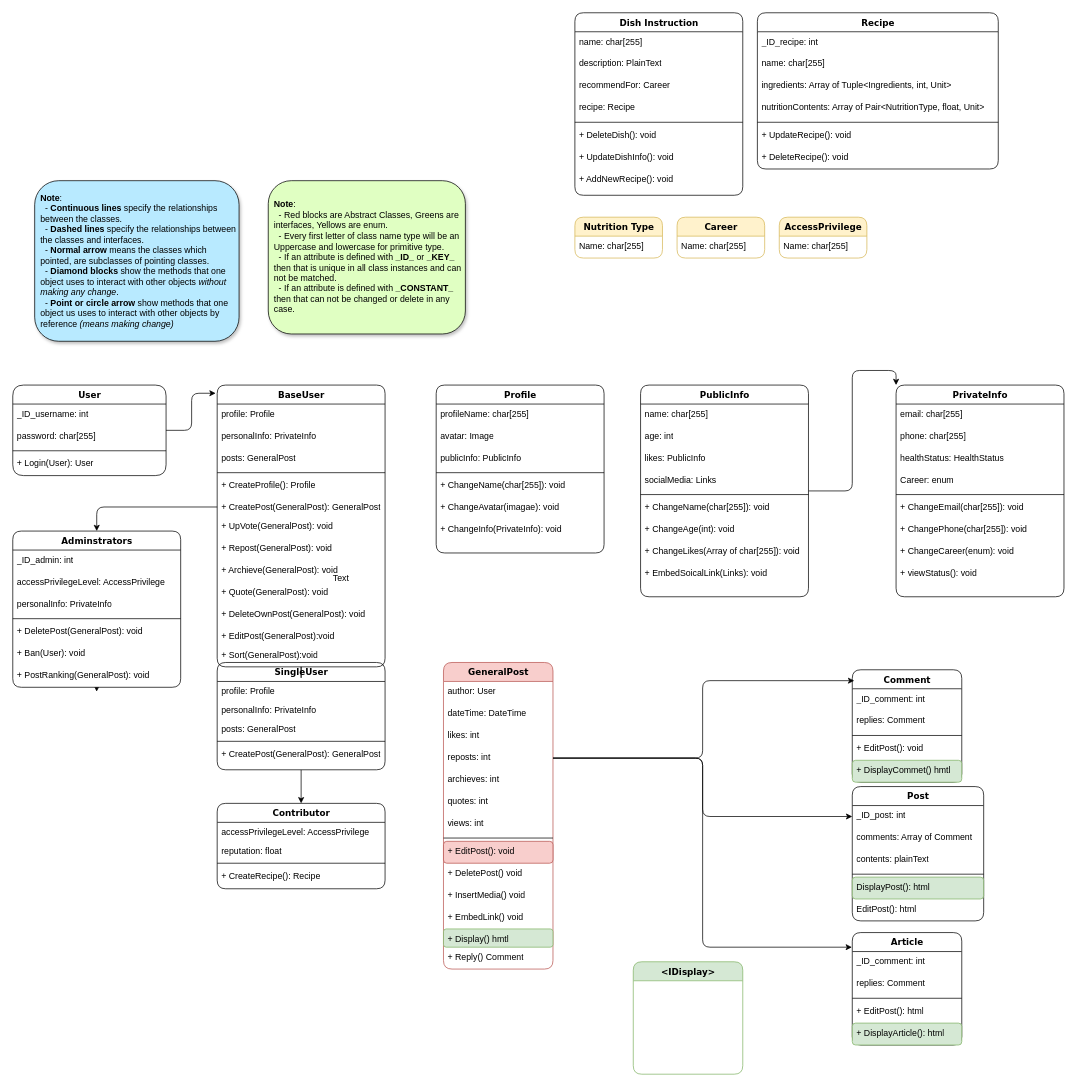
Earlier version of the draw.io diagram Class_Diagram.drawio (KyoTranKMA/DRP-Website). Source tidied: cells renumbered, new cells numbered last; positions are measured from the earlier drawing's top-left corner, leaving out a move shared by most shapes. Both pictures are drawn from the tidied source at 73%, with x=0, y=0 at pixel (12, 12).
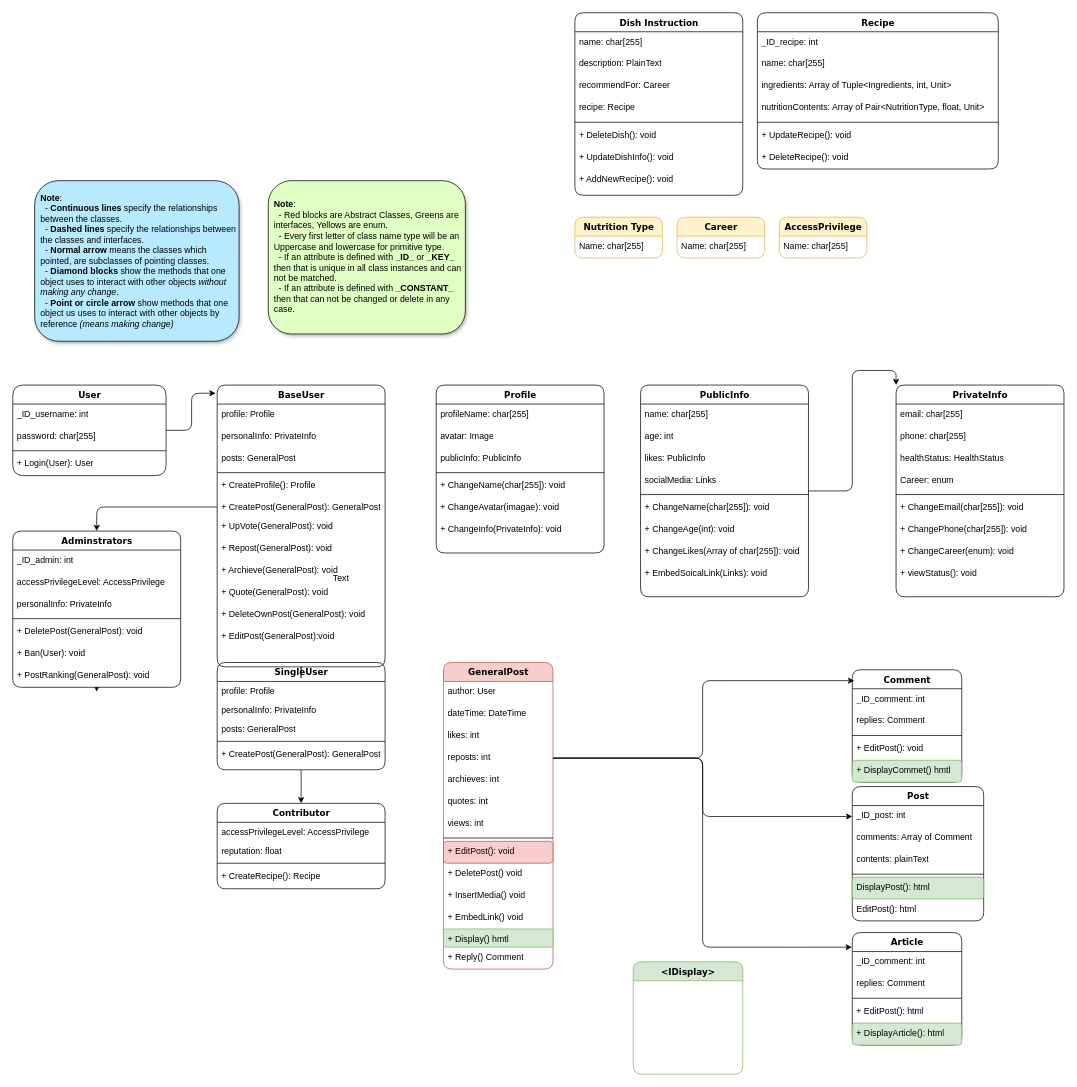
After the change.

Unchanged cells that the change refers to:
```xml
<mxCell id="8" value="BaseUser" style="swimlane;html=1;fontStyle=1;align=center;verticalAlign=top;horizontal=1;startSize=26;swimlaneFillColor=#ffffff;rounded=1;shadow=0;comic=0;labelBackgroundColor=none;strokeWidth=1;fillColor=none;fontFamily=Verdana;fontSize=12;" parent="1" vertex="1">
  <mxGeometry x="280" y="510" width="230" height="386" as="geometry" />
</mxCell>
```

The edit, as a diff of the source:
```diff
@@
-    <mxCell id="21" value="+ Sort(GeneralPost):void" style="text;html=1;strokeColor=none;fillColor=none;align=left;verticalAlign=top;spacingLeft=4;spacingRight=4;whiteSpace=wrap;overflow=hidden;labelBackgroundColor=none;rounded=1;" parent="8" vertex="1">
-      <mxGeometry y="356" width="230" height="26" as="geometry" />
-    </mxCell>
```
